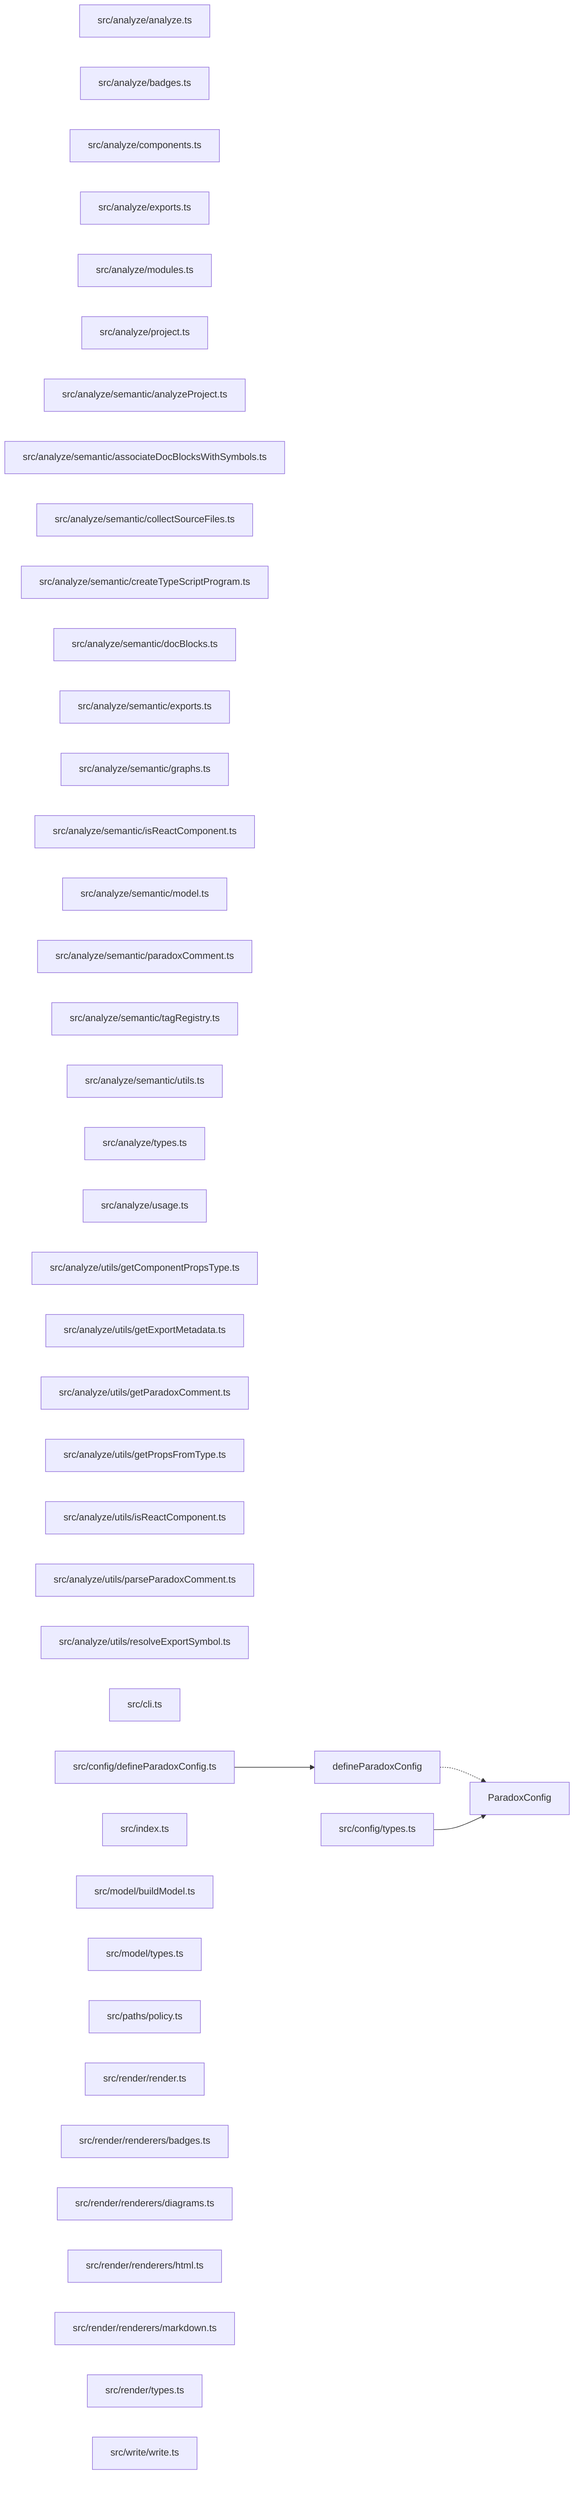
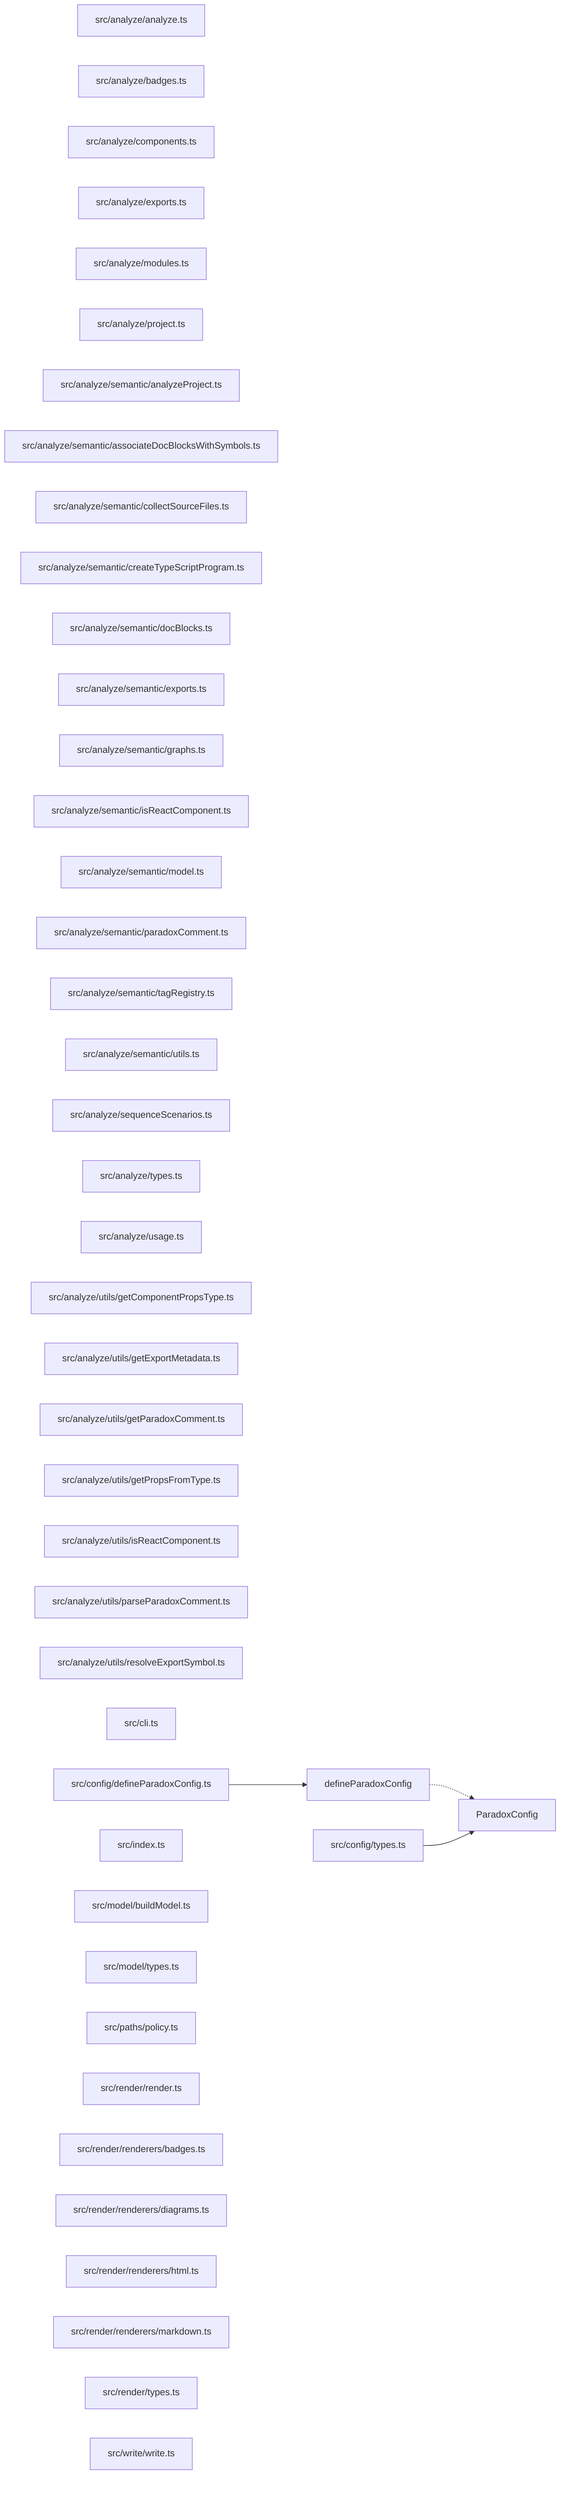
graph LR
  module_src_analyze_analyze_ts["src/analyze/analyze.ts"]
  module_src_analyze_badges_ts["src/analyze/badges.ts"]
  module_src_analyze_components_ts["src/analyze/components.ts"]
  module_src_analyze_exports_ts["src/analyze/exports.ts"]
  module_src_analyze_modules_ts["src/analyze/modules.ts"]
  module_src_analyze_project_ts["src/analyze/project.ts"]
  module_src_analyze_semantic_analyzeProject_ts["src/analyze/semantic/analyzeProject.ts"]
  module_src_analyze_semantic_associateDocBlocksWithSymbols_ts["src/analyze/semantic/associateDocBlocksWithSymbols.ts"]
  module_src_analyze_semantic_collectSourceFiles_ts["src/analyze/semantic/collectSourceFiles.ts"]
  module_src_analyze_semantic_createTypeScriptProgram_ts["src/analyze/semantic/createTypeScriptProgram.ts"]
  module_src_analyze_semantic_docBlocks_ts["src/analyze/semantic/docBlocks.ts"]
  module_src_analyze_semantic_exports_ts["src/analyze/semantic/exports.ts"]
  module_src_analyze_semantic_graphs_ts["src/analyze/semantic/graphs.ts"]
  module_src_analyze_semantic_isReactComponent_ts["src/analyze/semantic/isReactComponent.ts"]
  module_src_analyze_semantic_model_ts["src/analyze/semantic/model.ts"]
  module_src_analyze_semantic_paradoxComment_ts["src/analyze/semantic/paradoxComment.ts"]
  module_src_analyze_semantic_tagRegistry_ts["src/analyze/semantic/tagRegistry.ts"]
  module_src_analyze_semantic_utils_ts["src/analyze/semantic/utils.ts"]
+   module_src_analyze_sequenceScenarios_ts["src/analyze/sequenceScenarios.ts"]
  module_src_analyze_types_ts["src/analyze/types.ts"]
  module_src_analyze_usage_ts["src/analyze/usage.ts"]
  module_src_analyze_utils_getComponentPropsType_ts["src/analyze/utils/getComponentPropsType.ts"]
  module_src_analyze_utils_getExportMetadata_ts["src/analyze/utils/getExportMetadata.ts"]
  module_src_analyze_utils_getParadoxComment_ts["src/analyze/utils/getParadoxComment.ts"]
  module_src_analyze_utils_getPropsFromType_ts["src/analyze/utils/getPropsFromType.ts"]
  module_src_analyze_utils_isReactComponent_ts["src/analyze/utils/isReactComponent.ts"]
  module_src_analyze_utils_parseParadoxComment_ts["src/analyze/utils/parseParadoxComment.ts"]
  module_src_analyze_utils_resolveExportSymbol_ts["src/analyze/utils/resolveExportSymbol.ts"]
  module_src_cli_ts["src/cli.ts"]
  module_src_config_defineParadoxConfig_ts["src/config/defineParadoxConfig.ts"]
  module_src_config_types_ts["src/config/types.ts"]
  module_src_index_ts["src/index.ts"]
  module_src_model_buildModel_ts["src/model/buildModel.ts"]
  module_src_model_types_ts["src/model/types.ts"]
  module_src_paths_policy_ts["src/paths/policy.ts"]
  module_src_render_render_ts["src/render/render.ts"]
  module_src_render_renderers_badges_ts["src/render/renderers/badges.ts"]
  module_src_render_renderers_diagrams_ts["src/render/renderers/diagrams.ts"]
  module_src_render_renderers_html_ts["src/render/renderers/html.ts"]
  module_src_render_renderers_markdown_ts["src/render/renderers/markdown.ts"]
  module_src_render_types_ts["src/render/types.ts"]
  module_src_write_write_ts["src/write/write.ts"]
  export_defineParadoxConfig["defineParadoxConfig"]
  module_src_config_defineParadoxConfig_ts --> export_defineParadoxConfig
  export_defineParadoxConfig -.-> export_ParadoxConfig
  export_ParadoxConfig["ParadoxConfig"]
  module_src_config_types_ts --> export_ParadoxConfig
